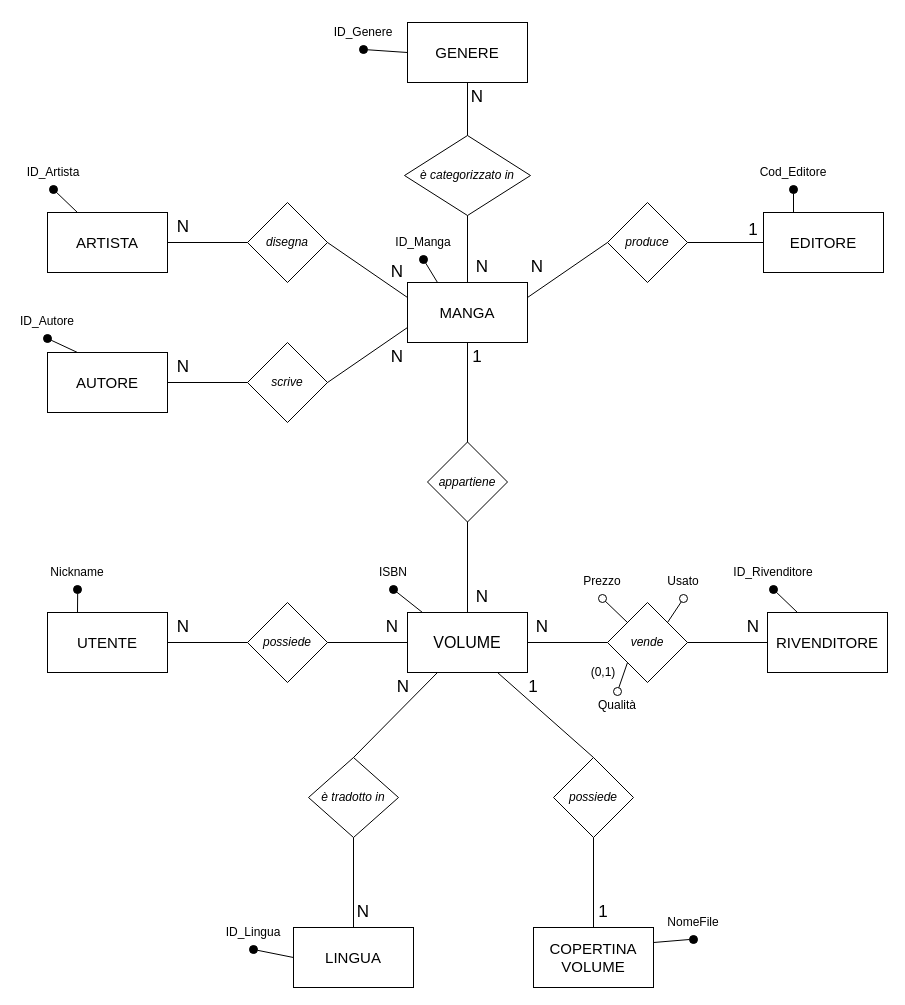
Above: Manga - Schema ER.drawio in Poisonbeak/Archivio-Collezionista-Manga (draw.io), before the change. Source tidied: cells renumbered, new cells numbered last; positions are measured from the earlier drawing's top-left corner, leaving out a move shared by most shapes. Both pictures are drawn from the tidied source at 100%, with x=0, y=0 at pixel (17, 17).
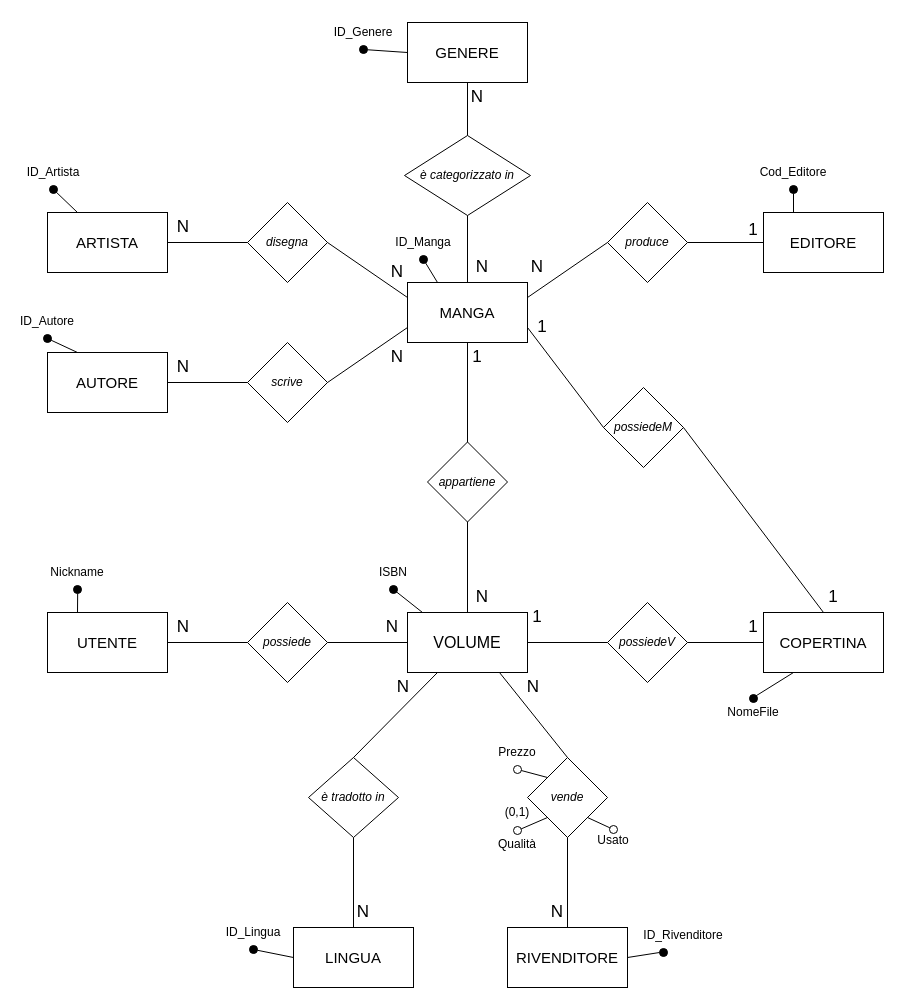
Above is the later version.

Commit message (it also covers changes not shown here):
logout e modifiche allo schema er

Unchanged cells that the change refers to:
```xml
<mxCell id="3" value="&lt;font style=&quot;font-size: 16px;&quot;&gt;VOLUME&lt;/font&gt;" style="rounded=0;whiteSpace=wrap;html=1;" parent="1" vertex="1">
  <mxGeometry x="390" y="595" width="120" height="60" as="geometry" />
</mxCell>
<mxCell id="7" value="&lt;font style=&quot;font-size: 15px;&quot;&gt;MANGA&lt;/font&gt;" style="rounded=0;whiteSpace=wrap;html=1;" parent="1" vertex="1">
  <mxGeometry x="390" y="265" width="120" height="60" as="geometry" />
</mxCell>
<mxCell id="99" style="ellipse;whiteSpace=wrap;html=1;fillColor=#FFFFFF;" parent="98" vertex="1">
  <mxGeometry x="26" y="28" width="8" height="8" as="geometry" />
</mxCell>
<mxCell id="103" style="group;" parent="102" vertex="1">
  <mxGeometry width="60" height="36" as="geometry" />
</mxCell>
<mxCell id="114" style="ellipse;whiteSpace=wrap;html=1;fillColor=#000000;" parent="113" vertex="1">
  <mxGeometry x="26" y="28" width="8" height="8" as="geometry" />
</mxCell>
```

The edit, as a diff of the source:
```diff
@@
     <mxCell id="23" value="&lt;font style=&quot;font-size: 15px;&quot;&gt;RIVENDITORE&lt;/font&gt;" style="rounded=0;whiteSpace=wrap;html=1;" parent="1" vertex="1">
-      <mxGeometry x="750" y="595" width="120" height="60" as="geometry" />
+      <mxGeometry x="490" y="910" width="120" height="60" as="geometry" />
     </mxCell>
     <mxCell id="24" value="&lt;i&gt;vende&lt;/i&gt;" style="rhombus;whiteSpace=wrap;html=1;" parent="1" vertex="1">
-      <mxGeometry x="590" y="585" width="80" height="80" as="geometry" />
+      <mxGeometry x="510" y="740" width="80" height="80" as="geometry" />
     </mxCell>
-    <mxCell id="25" style="endArrow=none;html=1;rounded=0;entryX=0;entryY=0.5;entryDx=0;entryDy=0;exitX=1;exitY=0.5;exitDx=0;exitDy=0;" parent="1" edge="1" source="3" target="24">
+    <mxCell id="25" style="endArrow=none;html=1;rounded=0;exitX=0.769;exitY=1.006;exitDx=0;exitDy=0;exitPerimeter=0;entryX=0.5;entryY=0;entryDx=0;entryDy=0;" parent="1" edge="1" source="3" target="24">
       <mxGeometry relative="1" as="geometry" />
     </mxCell>
-    <mxCell id="26" style="endArrow=none;html=1;rounded=0;exitX=1;exitY=0.5;exitDx=0;exitDy=0;entryX=0;entryY=0.5;entryDx=0;entryDy=0;" parent="1" edge="1" source="24" target="23">
+    <mxCell id="26" style="endArrow=none;html=1;rounded=0;exitX=0.5;exitY=1;exitDx=0;exitDy=0;entryX=0.5;entryY=0;entryDx=0;entryDy=0;" parent="1" edge="1" source="24" target="23">
       <mxGeometry relative="1" as="geometry" />
     </mxCell>
@@
     <mxCell id="39" value="&lt;font style=&quot;font-size: 17px;&quot;&gt;N&lt;/font&gt;" style="text;html=1;align=center;verticalAlign=middle;whiteSpace=wrap;rounded=0;" parent="1" vertex="1">
-      <mxGeometry x="706" y="595" width="60" height="30" as="geometry" />
+      <mxGeometry x="510" y="880" width="60" height="30" as="geometry" />
     </mxCell>
-    <mxCell id="40" value="&lt;font style=&quot;font-size: 17px;&quot;&gt;N&lt;/font&gt;" style="text;html=1;align=center;verticalAlign=middle;whiteSpace=wrap;rounded=0;" parent="1" vertex="1">
-      <mxGeometry x="495" y="595" width="60" height="30" as="geometry" />
-    </mxCell>
@@
     <mxCell id="66" style="group;" parent="1" vertex="1">
-      <mxGeometry x="726" y="540" width="60" height="36" as="geometry" />
+      <mxGeometry x="600" y="910" width="96" height="36" as="geometry" />
     </mxCell>
     <mxCell id="67" style="ellipse;whiteSpace=wrap;html=1;fillColor=#000000;" parent="66" vertex="1">
-      <mxGeometry x="26" y="28" width="8" height="8" as="geometry" />
+      <mxGeometry x="42" y="21" width="8" height="8" as="geometry" />
     </mxCell>
     <mxCell id="68" value="ID_Rivenditore" style="text;html=1;align=center;verticalAlign=middle;whiteSpace=wrap;rounded=0;" parent="66" vertex="1">
-      <mxGeometry width="60" height="30" as="geometry" />
+      <mxGeometry x="36" y="-7" width="60" height="30" as="geometry" />
     </mxCell>
-    <mxCell id="69" style="endArrow=none;html=1;rounded=0;exitX=0.25;exitY=0;exitDx=0;exitDy=0;" parent="1" edge="1" source="23" target="67">
+    <mxCell id="69" style="endArrow=none;html=1;rounded=0;exitX=1;exitY=0.5;exitDx=0;exitDy=0;entryX=0;entryY=0.5;entryDx=0;entryDy=0;" parent="1" edge="1" source="23" target="67">
       <mxGeometry relative="1" as="geometry" />
     </mxCell>
@@
     <mxCell id="90" style="group;" parent="1" vertex="1">
-      <mxGeometry x="555" y="549" width="60" height="36" as="geometry" />
+      <mxGeometry x="470" y="720" width="60" height="36" as="geometry" />
     </mxCell>
@@
     <mxCell id="96" style="group;" parent="1" vertex="1">
-      <mxGeometry x="636" y="549" width="60" height="36" as="geometry" />
+      <mxGeometry x="566" y="780" width="86" height="47" as="geometry" />
     </mxCell>
     <mxCell id="97" style="group;" parent="96" vertex="1">
-      <mxGeometry width="60" height="36" as="geometry" />
+      <mxGeometry width="86" height="47" as="geometry" />
     </mxCell>
     <mxCell id="98" style="group;" parent="97" vertex="1">
-      <mxGeometry width="60" height="36" as="geometry" />
+      <mxGeometry width="86" height="47" as="geometry" />
     </mxCell>
@@
     <mxCell id="100" value="Usato" style="text;html=1;align=center;verticalAlign=middle;whiteSpace=wrap;rounded=0;" parent="98" vertex="1">
-      <mxGeometry width="60" height="30" as="geometry" />
+      <mxGeometry y="28" width="60" height="30" as="geometry" />
     </mxCell>
-    <mxCell id="101" style="endArrow=none;html=1;rounded=0;exitX=1;exitY=0;exitDx=0;exitDy=0;" parent="1" edge="1" source="24" target="99">
+    <mxCell id="101" style="endArrow=none;html=1;rounded=0;exitX=1;exitY=1;exitDx=0;exitDy=0;" parent="1" edge="1" source="24" target="99">
       <mxGeometry relative="1" as="geometry" />
     </mxCell>
     <mxCell id="102" style="group;" parent="1" vertex="1">
-      <mxGeometry x="536" y="670" width="60" height="36" as="geometry" />
+      <mxGeometry x="566" y="554" width="60" height="36" as="geometry" />
     </mxCell>
@@
     <mxCell id="104" style="group;" parent="103" vertex="1">
-      <mxGeometry x="10" width="60" height="36" as="geometry" />
+      <mxGeometry x="-120" y="255" width="60" height="36" as="geometry" />
     </mxCell>
@@
+    <mxCell id="107" value="Qualità" style="text;html=1;align=center;verticalAlign=middle;whiteSpace=wrap;rounded=0;" parent="104" vertex="1">
+      <mxGeometry x="24" y="3" width="60" height="30" as="geometry" />
+    </mxCell>
@@
-    <mxCell id="107" value="Qualità" style="text;html=1;align=center;verticalAlign=middle;whiteSpace=wrap;rounded=0;" parent="1" vertex="1">
-      <mxGeometry x="570" y="673" width="60" height="30" as="geometry" />
-    </mxCell>
     <mxCell id="108" value="&lt;font&gt;(0,1)&lt;/font&gt;" style="text;html=1;align=center;verticalAlign=middle;whiteSpace=wrap;rounded=0;" parent="1" vertex="1">
-      <mxGeometry x="556" y="640" width="60" height="30" as="geometry" />
+      <mxGeometry x="470" y="780" width="60" height="30" as="geometry" />
     </mxCell>
-    <mxCell id="109" value="&lt;font style=&quot;font-size: 15px;&quot;&gt;COPERTINA VOLUME&lt;/font&gt;" style="rounded=0;whiteSpace=wrap;html=1;" parent="1" vertex="1">
-      <mxGeometry x="516" y="910" width="120" height="60" as="geometry" />
+    <mxCell id="109" value="&lt;font style=&quot;font-size: 15px;&quot;&gt;COPERTINA&lt;/font&gt;" style="rounded=0;whiteSpace=wrap;html=1;" parent="1" vertex="1">
+      <mxGeometry x="746" y="595" width="120" height="60" as="geometry" />
     </mxCell>
-    <mxCell id="110" value="&lt;i&gt;possiede&lt;/i&gt;" style="rhombus;whiteSpace=wrap;html=1;" parent="1" vertex="1">
-      <mxGeometry x="536" y="740" width="80" height="80" as="geometry" />
+    <mxCell id="110" value="&lt;i&gt;possiedeV&lt;/i&gt;" style="rhombus;whiteSpace=wrap;html=1;" parent="1" vertex="1">
+      <mxGeometry x="590" y="585" width="80" height="80" as="geometry" />
     </mxCell>
-    <mxCell id="111" style="endArrow=none;html=1;rounded=0;entryX=0.5;entryY=0;entryDx=0;entryDy=0;exitX=0.75;exitY=1;exitDx=0;exitDy=0;" parent="1" edge="1" source="3" target="110">
+    <mxCell id="111" style="endArrow=none;html=1;rounded=0;entryX=0;entryY=0.5;entryDx=0;entryDy=0;exitX=1;exitY=0.5;exitDx=0;exitDy=0;" parent="1" edge="1" source="3" target="110">
       <mxGeometry relative="1" as="geometry" />
     </mxCell>
-    <mxCell id="112" style="endArrow=none;html=1;rounded=0;exitX=0.5;exitY=1;exitDx=0;exitDy=0;entryX=0.5;entryY=0;entryDx=0;entryDy=0;" parent="1" edge="1" source="110" target="109">
+    <mxCell id="112" style="endArrow=none;html=1;rounded=0;exitX=1;exitY=0.5;exitDx=0;exitDy=0;entryX=0;entryY=0.5;entryDx=0;entryDy=0;" parent="1" edge="1" source="110" target="109">
       <mxGeometry relative="1" as="geometry" />
     </mxCell>
     <mxCell id="113" style="group;" parent="1" vertex="1">
-      <mxGeometry x="646" y="890" width="60" height="36" as="geometry" />
+      <mxGeometry x="706" y="649" width="60" height="36" as="geometry" />
     </mxCell>
@@
-    <mxCell id="115" value="NomeFile" style="text;html=1;align=center;verticalAlign=middle;whiteSpace=wrap;rounded=0;" parent="113" vertex="1">
-      <mxGeometry width="60" height="30" as="geometry" />
-    </mxCell>
-    <mxCell id="116" style="endArrow=none;html=1;rounded=0;exitX=1;exitY=0.25;exitDx=0;exitDy=0;entryX=0;entryY=0.5;entryDx=0;entryDy=0;" parent="1" edge="1" source="109" target="114">
+    <mxCell id="116" style="endArrow=none;html=1;rounded=0;exitX=0.25;exitY=1;exitDx=0;exitDy=0;entryX=1;entryY=0;entryDx=0;entryDy=0;" parent="1" edge="1" source="109" target="114">
       <mxGeometry relative="1" as="geometry" />
     </mxCell>
     <mxCell id="117" value="&lt;font style=&quot;font-size: 17px;&quot;&gt;1&lt;/font&gt;" style="text;html=1;align=center;verticalAlign=middle;whiteSpace=wrap;rounded=0;" parent="1" vertex="1">
-      <mxGeometry x="486" y="655" width="60" height="30" as="geometry" />
+      <mxGeometry x="490" y="585" width="60" height="30" as="geometry" />
     </mxCell>
     <mxCell id="118" value="&lt;font style=&quot;font-size: 17px;&quot;&gt;1&lt;/font&gt;" style="text;html=1;align=center;verticalAlign=middle;whiteSpace=wrap;rounded=0;" parent="1" vertex="1">
-      <mxGeometry x="556" y="880" width="60" height="30" as="geometry" />
+      <mxGeometry x="706" y="595" width="60" height="30" as="geometry" />
     </mxCell>
+    <mxCell id="119" value="&lt;i&gt;possiedeM&lt;/i&gt;" style="rhombus;whiteSpace=wrap;html=1;" parent="1" vertex="1">
+      <mxGeometry x="586" y="370" width="80" height="80" as="geometry" />
+    </mxCell>
+    <mxCell id="120" style="endArrow=none;html=1;rounded=0;entryX=0;entryY=0.5;entryDx=0;entryDy=0;exitX=1;exitY=0.75;exitDx=0;exitDy=0;" parent="1" edge="1" source="7" target="119">
+      <mxGeometry relative="1" as="geometry" />
+    </mxCell>
+    <mxCell id="121" style="endArrow=none;html=1;rounded=0;exitX=1;exitY=0.5;exitDx=0;exitDy=0;entryX=0.5;entryY=0;entryDx=0;entryDy=0;" parent="1" edge="1" source="119" target="109">
+      <mxGeometry relative="1" as="geometry" />
+    </mxCell>
+    <mxCell id="115" value="NomeFile" style="text;html=1;align=center;verticalAlign=middle;whiteSpace=wrap;rounded=0;" parent="1" vertex="1">
+      <mxGeometry x="706" y="680" width="60" height="30" as="geometry" />
+    </mxCell>
+    <mxCell id="122" value="&lt;font style=&quot;font-size: 17px;&quot;&gt;1&lt;/font&gt;" style="text;html=1;align=center;verticalAlign=middle;whiteSpace=wrap;rounded=0;" parent="1" vertex="1">
+      <mxGeometry x="495" y="295" width="60" height="30" as="geometry" />
+    </mxCell>
+    <mxCell id="123" value="&lt;font style=&quot;font-size: 17px;&quot;&gt;1&lt;/font&gt;" style="text;html=1;align=center;verticalAlign=middle;whiteSpace=wrap;rounded=0;" parent="1" vertex="1">
+      <mxGeometry x="786" y="565" width="60" height="30" as="geometry" />
+    </mxCell>
+    <mxCell id="40" value="&lt;font style=&quot;font-size: 17px;&quot;&gt;N&lt;/font&gt;" style="text;html=1;align=center;verticalAlign=middle;whiteSpace=wrap;rounded=0;" parent="1" vertex="1">
+      <mxGeometry x="486" y="655" width="60" height="30" as="geometry" />
+    </mxCell>
```
